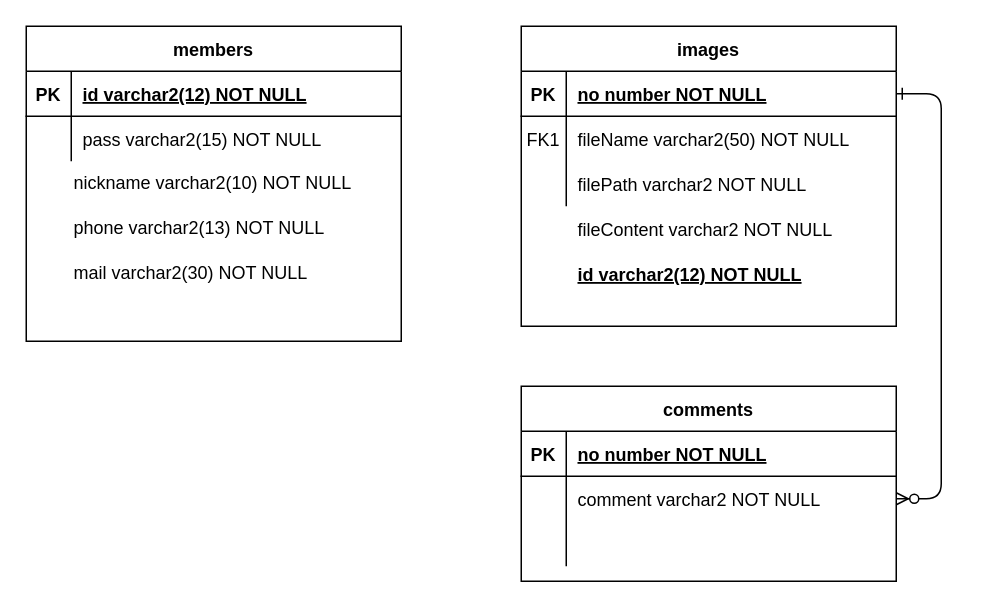
oyoo525/ImageGallery keeps this draw.io diagram as 다이어그램.drawio. Above is the earlier version. Source tidied: cells renumbered, new cells numbered last; positions are measured from the earlier drawing's top-left corner, leaving out a move shared by most shapes. Both pictures are drawn from the tidied source at 150%, with x=0, y=0 at pixel (26, 26).
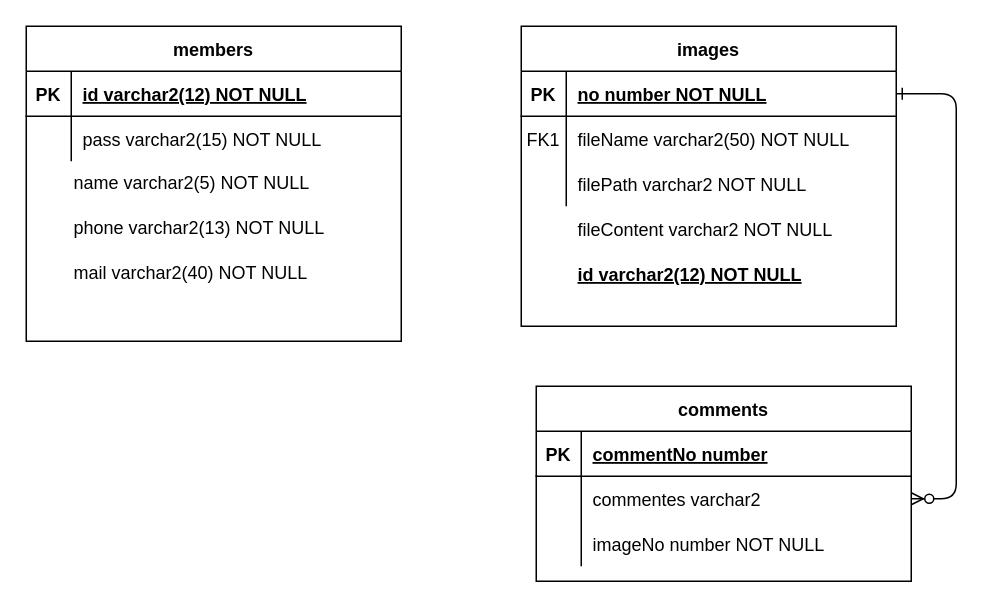
The same page after the edit.

Unchanged cells that the change refers to:
```xml
<mxCell id="14" style="shape=partialRectangle;fillColor=none;top=0;left=0;right=0;bottom=1;" parent="13" vertex="1">
  <mxGeometry y="30" width="250" height="30" as="geometry" />
</mxCell>
<mxCell id="17" style="shape=partialRectangle;fillColor=none;points=[[0,0.5],[1,0.5]];portConstraint=eastwest;top=0;left=0;right=0;bottom=0;" parent="13" vertex="1">
  <mxGeometry y="60" width="250" height="30" as="geometry" />
</mxCell>
<mxCell id="20" style="shape=partialRectangle;fillColor=none;top=0;left=0;right=0;bottom=0;" parent="13" vertex="1">
  <mxGeometry y="90" width="250" height="30" as="geometry" />
</mxCell>
```

The edit, as a diff of the source:
```diff
@@
     <mxCell id="13" value="comments" style="shape=table;startSize=30;childLayout=tableLayout;rowLines=0;fontStyle=1;align=center;" parent="1" vertex="1">
-      <mxGeometry x="330" y="240" width="250" height="130" as="geometry" />
+      <mxGeometry x="340" y="240" width="250" height="130" as="geometry" />
     </mxCell>
@@
-    <mxCell id="16" value="no number NOT NULL" style="shape=partialRectangle;overflow=hidden;fillColor=none;top=0;left=0;bottom=0;right=0;align=left;spacingLeft=6;fontStyle=5;" parent="14" vertex="1">
+    <mxCell id="16" value="commentNo number" style="shape=partialRectangle;overflow=hidden;fillColor=none;top=0;left=0;bottom=0;right=0;align=left;spacingLeft=6;fontStyle=5;" parent="14" vertex="1">
       <mxGeometry x="30" width="220" height="30" as="geometry" />
     </mxCell>
@@
-    <mxCell id="19" value="comment varchar2 NOT NULL" style="shape=partialRectangle;overflow=hidden;fillColor=none;top=0;left=0;bottom=0;right=0;align=left;spacingLeft=6;" parent="17" vertex="1">
+    <mxCell id="19" value="commentes varchar2" style="shape=partialRectangle;overflow=hidden;fillColor=none;top=0;left=0;bottom=0;right=0;align=left;spacingLeft=6;" parent="17" vertex="1">
       <mxGeometry x="30" width="220" height="30" as="geometry" />
     </mxCell>
@@
-    <mxCell id="22" style="shape=partialRectangle;overflow=hidden;fillColor=none;top=0;left=0;bottom=0;right=0;align=left;spacingLeft=6;" parent="20" vertex="1">
+    <mxCell id="22" value="imageNo number NOT NULL" style="shape=partialRectangle;overflow=hidden;fillColor=none;top=0;left=0;bottom=0;right=0;align=left;spacingLeft=6;" parent="20" vertex="1">
       <mxGeometry x="30" width="220" height="30" as="geometry" />
     </mxCell>
@@
-    <mxCell id="30" value="nickname varchar2(10) NOT NULL" style="text;html=1;strokeColor=none;fillColor=none;align=left;verticalAlign=middle;whiteSpace=wrap;rounded=0;" parent="1" vertex="1">
+    <mxCell id="30" value="name varchar2(5) NOT NULL" style="text;html=1;strokeColor=none;fillColor=none;align=left;verticalAlign=middle;whiteSpace=wrap;rounded=0;" parent="1" vertex="1">
       <mxGeometry x="30" y="90" width="220" height="30" as="geometry" />
     </mxCell>
@@
-    <mxCell id="32" value="mail varchar2(30) NOT NULL" style="text;html=1;strokeColor=none;fillColor=none;align=left;verticalAlign=middle;whiteSpace=wrap;rounded=0;" parent="1" vertex="1">
+    <mxCell id="32" value="mail varchar2(40) NOT NULL" style="text;html=1;strokeColor=none;fillColor=none;align=left;verticalAlign=middle;whiteSpace=wrap;rounded=0;" parent="1" vertex="1">
       <mxGeometry x="30" y="150" width="220" height="30" as="geometry" />
     </mxCell>
```
